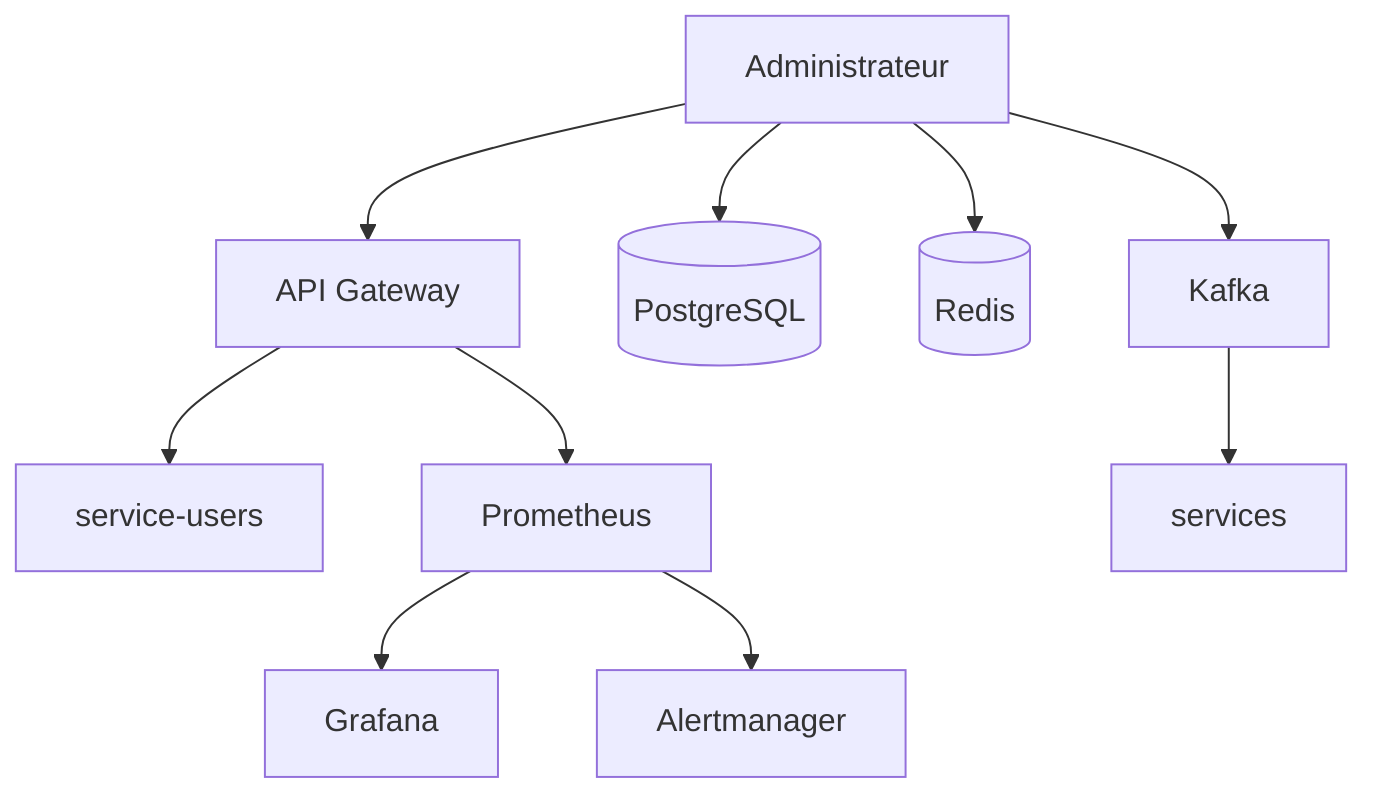
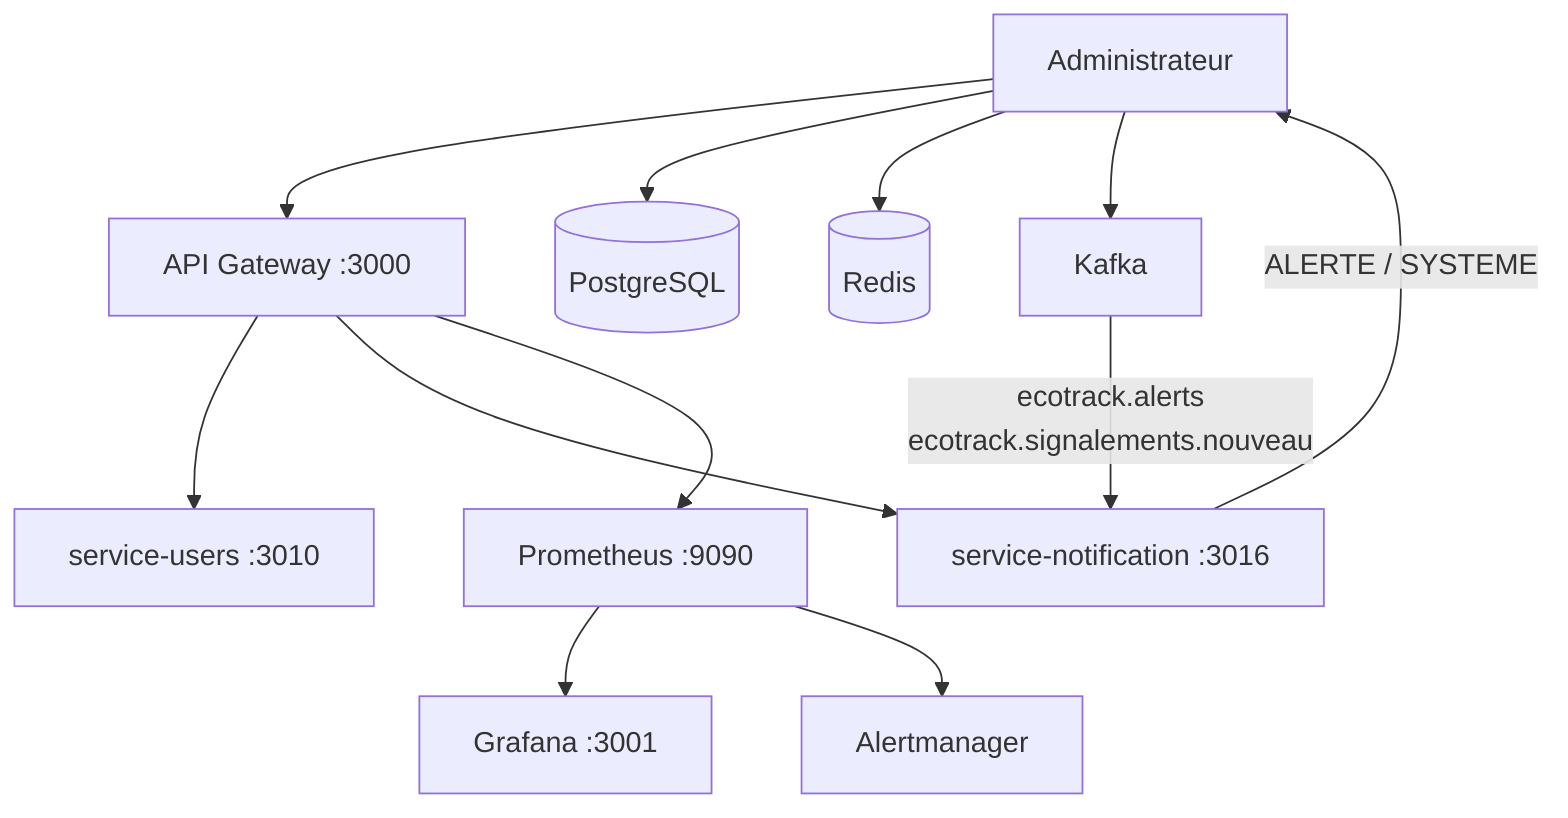
flowchart TD
-     AD[Administrateur] --> API[API Gateway]
-     API --> S[service-users]
-     API --> P[Prometheus]
+     AD[Administrateur] --> API[API Gateway :3000]
+     API --> S[service-users :3010]
+     API --> SN[service-notification :3016]
+     API --> P[Prometheus :9090]

-     P --> G[Grafana]
+     P --> G[Grafana :3001]
    P --> A[Alertmanager]

    AD --> PG[(PostgreSQL)]
    AD --> R[(Redis)]

    AD --> K[Kafka]
-     K --> L[services]
+     K -->|"ecotrack.alerts<br/>ecotrack.signalements.nouveau"| SN
+     SN -->|"ALERTE / SYSTEME"| AD
